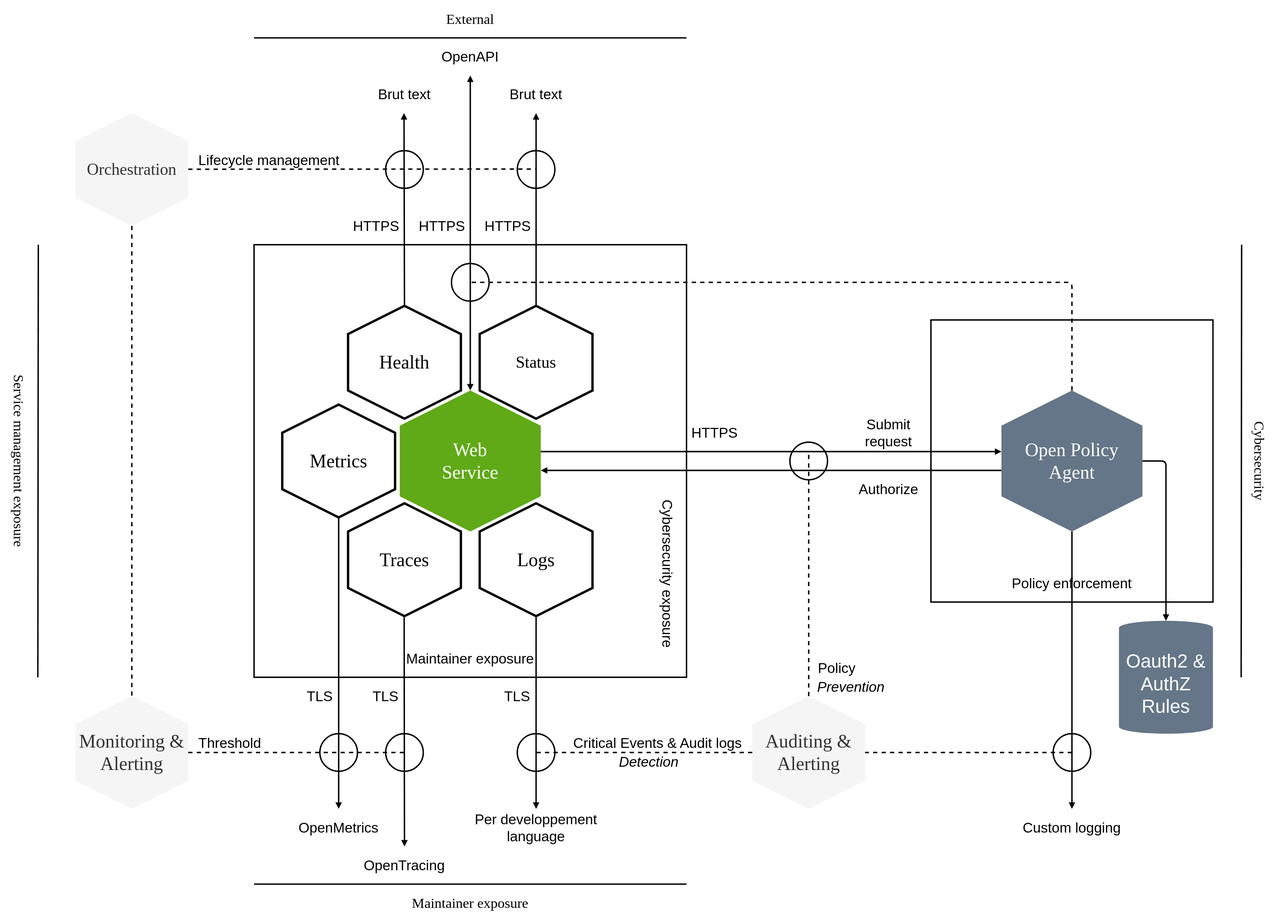
fjudith/cloud-native-app-demo keeps this draw.io diagram as docs/media/diagrams/lifeintruderservice_instrumentation.drawio.svg. Above is the earlier version. Source tidied: cells renumbered, new cells last; positions are measured from the earlier drawing's top-left corner, leaving out a move shared by most shapes.
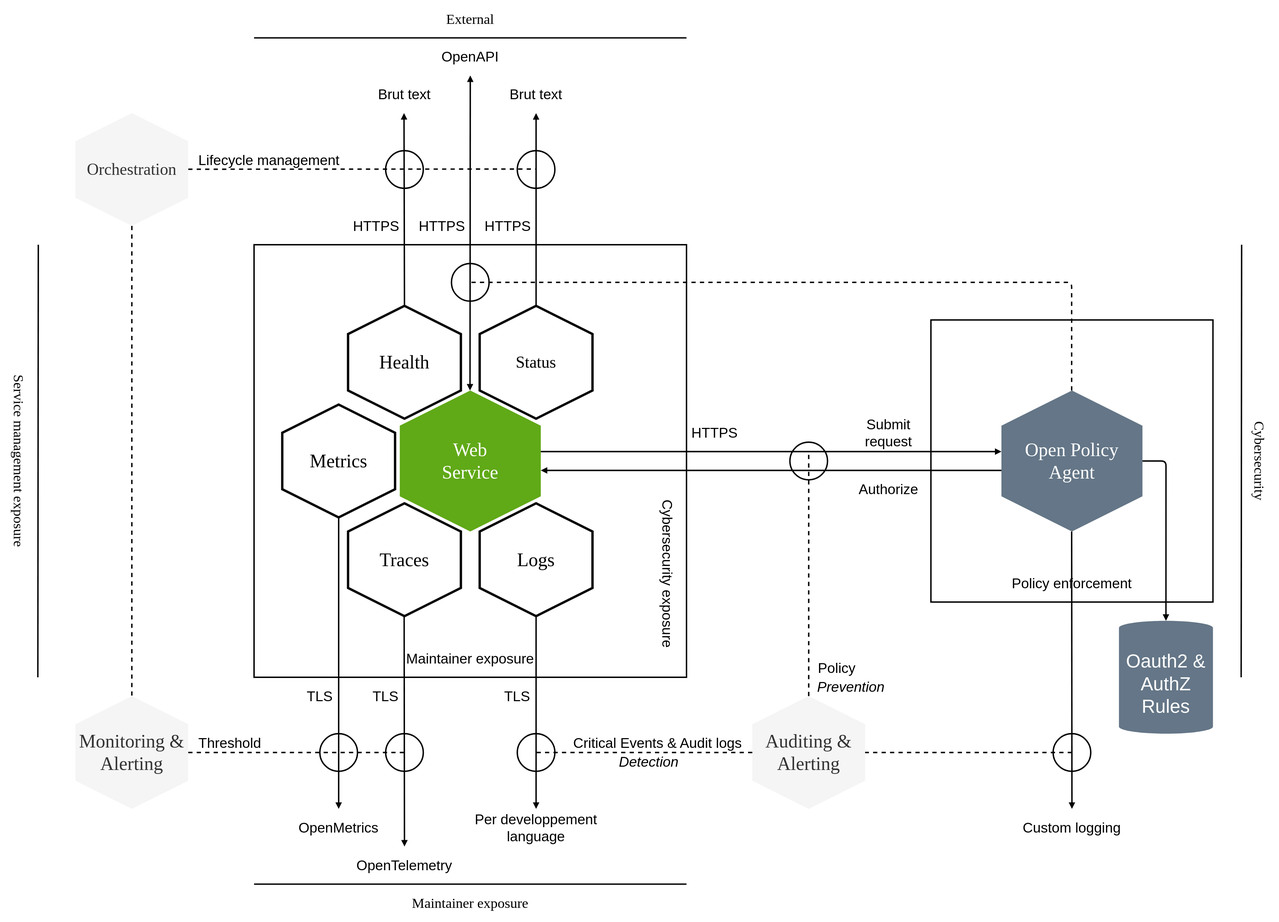
After the commit.

Commit message:
Change OpenTracing by OpenTelemetry

Change to the diagram source:
```diff
@@ -259,7 +259,7 @@
     <mxCell id="71" value="Per developpement language" style="text;html=1;strokeColor=none;fillColor=none;align=center;verticalAlign=middle;whiteSpace=wrap;rounded=0;sketch=0;fontSize=30;" parent="63" vertex="1">
       <mxGeometry x="1420" y="1720" width="280" height="80" as="geometry" />
     </mxCell>
-    <mxCell id="72" value="OpenTracing" style="text;html=1;strokeColor=none;fillColor=none;align=center;verticalAlign=middle;whiteSpace=wrap;rounded=0;sketch=0;fontSize=30;" parent="63" vertex="1">
+    <mxCell id="72" value="OpenTelemetry" style="text;html=1;strokeColor=none;fillColor=none;align=center;verticalAlign=middle;whiteSpace=wrap;rounded=0;sketch=0;fontSize=30;" parent="63" vertex="1">
       <mxGeometry x="1140" y="1800" width="280" height="80" as="geometry" />
     </mxCell>
     <mxCell id="73" value="OpenMetrics" style="text;html=1;strokeColor=none;fillColor=none;align=center;verticalAlign=middle;whiteSpace=wrap;rounded=0;sketch=0;fontSize=30;" parent="63" vertex="1">
```
